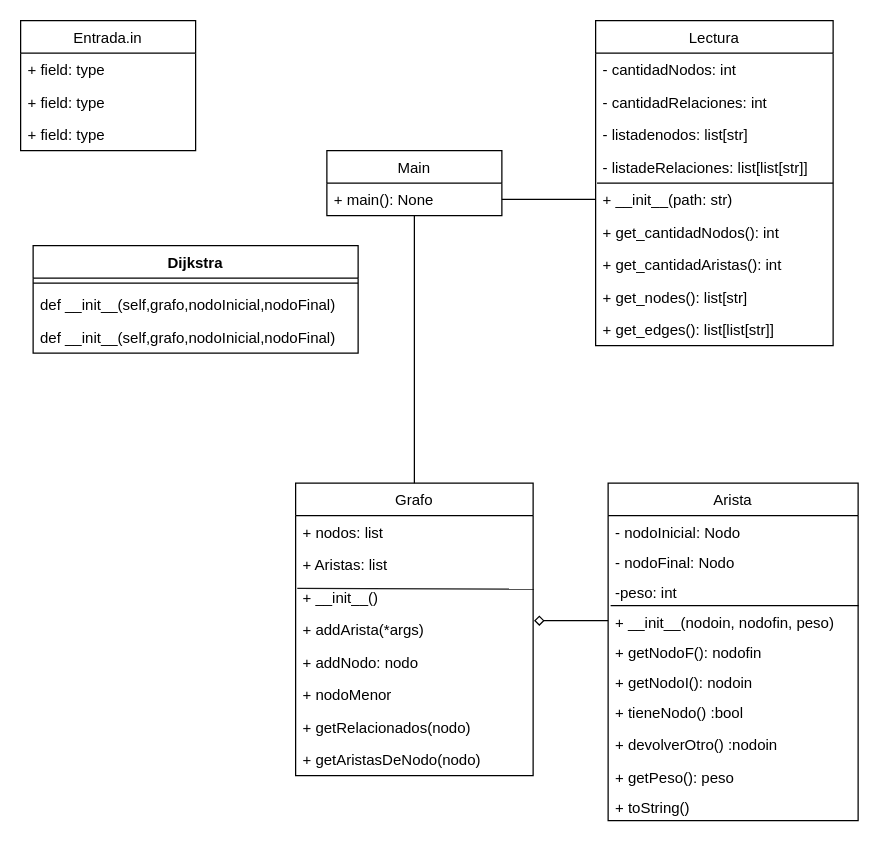
The draw.io diagram DatosDelProyecto/Diagrama POO2.drawio in InMunken/PedidorDeFavores, before the edit. Source tidied: cells renumbered, new cells numbered last; positions are measured from the earlier drawing's top-left corner, leaving out a move shared by most shapes. Both pictures are drawn from the tidied source at 125%, with x=0, y=0 at pixel (20, 20).
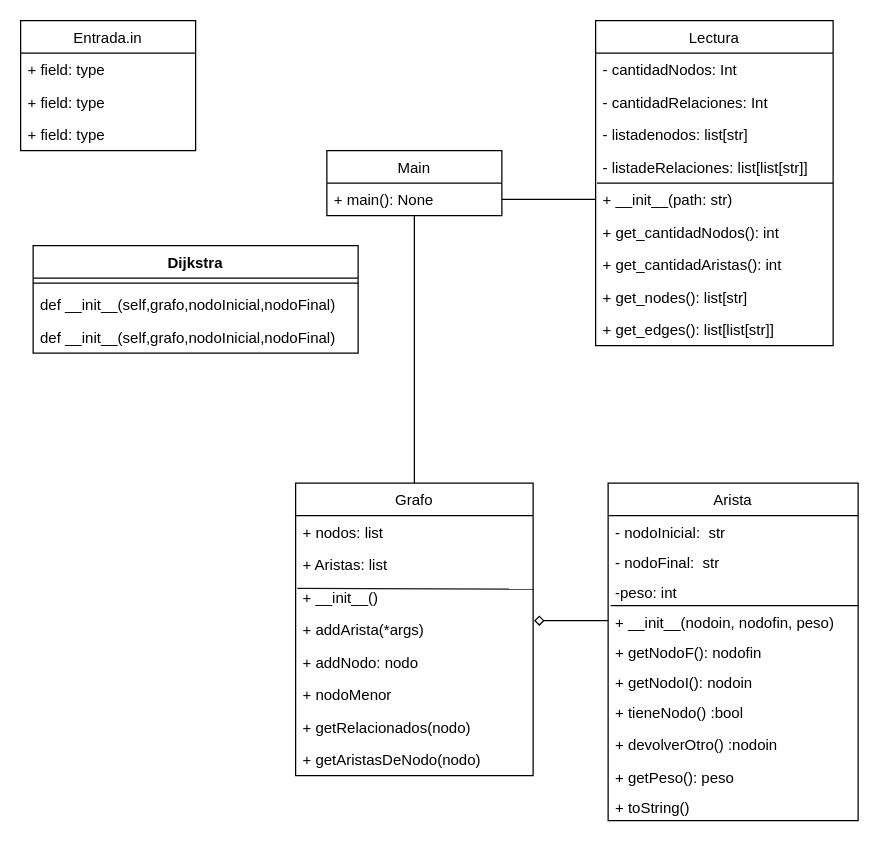
After the change.

Commit message:
Perfectamente entregable

The change refers to these unchanged cells:
```xml
<mxCell id="13" value="Arista" style="swimlane;fontStyle=0;horizontal=1;startSize=26;fillColor=none;" parent="1" vertex="1">
  <mxGeometry x="470" y="370" width="200" height="270" as="geometry" />
</mxCell>
<mxCell id="29" value="Lectura" style="swimlane;fontStyle=0;horizontal=1;startSize=26;fillColor=none;" parent="1" vertex="1">
  <mxGeometry x="460" width="190" height="260" as="geometry" />
</mxCell>
```

What changed in the source:
```diff
@@
-    <mxCell id="15" value="- nodoInicial: Nodo   " style="text;strokeColor=none;fillColor=none;align=left;verticalAlign=top;spacingLeft=4;spacingRight=4;overflow=hidden;" parent="13" vertex="1">
+    <mxCell id="15" value="- nodoInicial:  str" style="text;strokeColor=none;fillColor=none;align=left;verticalAlign=top;spacingLeft=4;spacingRight=4;overflow=hidden;" parent="13" vertex="1">
       <mxGeometry y="26" width="200" height="24" as="geometry" />
     </mxCell>
-    <mxCell id="16" value="- nodoFinal: Nodo " style="text;strokeColor=none;fillColor=none;align=left;verticalAlign=top;spacingLeft=4;spacingRight=4;overflow=hidden;" parent="13" vertex="1">
+    <mxCell id="16" value="- nodoFinal:  str" style="text;strokeColor=none;fillColor=none;align=left;verticalAlign=top;spacingLeft=4;spacingRight=4;overflow=hidden;" parent="13" vertex="1">
       <mxGeometry y="50" width="200" height="24" as="geometry" />
     </mxCell>
@@
-    <mxCell id="30" value="- cantidadNodos: int " style="text;strokeColor=none;fillColor=none;align=left;verticalAlign=top;spacingLeft=4;spacingRight=4;overflow=hidden;" parent="29" vertex="1">
+    <mxCell id="30" value="- cantidadNodos: Int" style="text;strokeColor=none;fillColor=none;align=left;verticalAlign=top;spacingLeft=4;spacingRight=4;overflow=hidden;" parent="29" vertex="1">
       <mxGeometry y="26" width="190" height="26" as="geometry" />
     </mxCell>
@@
-    <mxCell id="32" value="- cantidadRelaciones: int " style="text;strokeColor=none;fillColor=none;align=left;verticalAlign=top;spacingLeft=4;spacingRight=4;overflow=hidden;" parent="29" vertex="1">
+    <mxCell id="32" value="- cantidadRelaciones: Int" style="text;strokeColor=none;fillColor=none;align=left;verticalAlign=top;spacingLeft=4;spacingRight=4;overflow=hidden;" parent="29" vertex="1">
       <mxGeometry y="52" width="190" height="26" as="geometry" />
     </mxCell>
```
